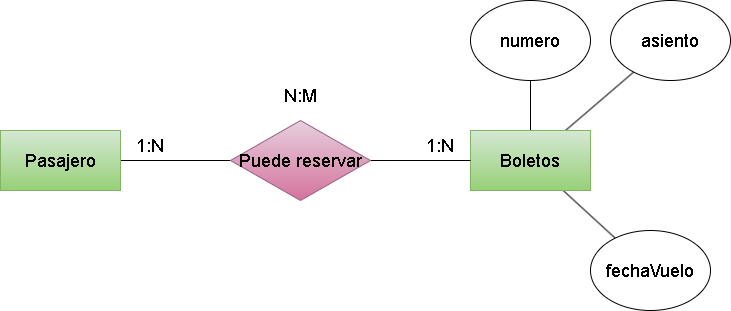
The draw.io diagram (Unidad-2) (Tarea-3)/img/Ejercicio11.drawio.png in Darkoscurito/Base-de-datos, before a commit. Source tidied: cells renumbered, new cells last; positions are measured from the earlier drawing's top-left corner, leaving out a move shared by most shapes.
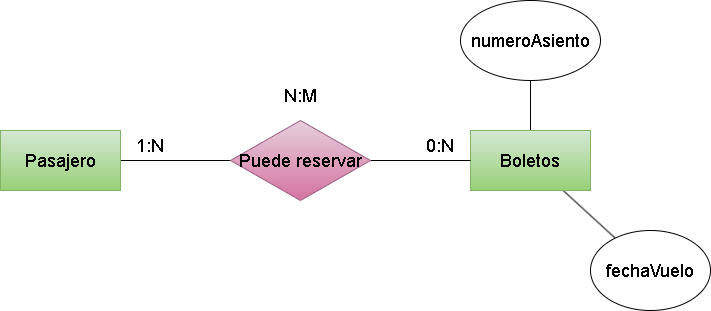
The same diagram one commit later.

The edit, as a diff of the source:
```diff
@@ -14,9 +14,6 @@
     <mxCell id="5" style="edgeStyle=none;html=1;entryX=0.5;entryY=1;entryDx=0;entryDy=0;fontSize=18;endArrow=none;endFill=0;" parent="1" edge="1" source="7" target="13">
       <mxGeometry relative="1" as="geometry" />
     </mxCell>
-    <mxCell id="6" style="edgeStyle=none;html=1;fontSize=18;endArrow=none;endFill=0;" parent="1" edge="1" source="7" target="14">
-      <mxGeometry relative="1" as="geometry" />
-    </mxCell>
     <mxCell id="7" value="&lt;span style=&quot;font-size: 18px;&quot;&gt;Boletos&lt;/span&gt;" style="rounded=0;whiteSpace=wrap;html=1;fillColor=#d5e8d4;gradientColor=#97d077;strokeColor=#82b366;" parent="1" vertex="1">
       <mxGeometry x="470" y="130" width="120" height="60" as="geometry" />
     </mxCell>
@@ -29,18 +26,15 @@
     <mxCell id="10" value="1:N" style="text;html=1;strokeColor=none;fillColor=none;align=center;verticalAlign=middle;whiteSpace=wrap;rounded=0;fontSize=18;" parent="1" vertex="1">
       <mxGeometry x="120" y="130" width="60" height="30" as="geometry" />
     </mxCell>
-    <mxCell id="11" value="1:N" style="text;html=1;strokeColor=none;fillColor=none;align=center;verticalAlign=middle;whiteSpace=wrap;rounded=0;fontSize=18;" parent="1" vertex="1">
+    <mxCell id="11" value="0:N" style="text;html=1;strokeColor=none;fillColor=none;align=center;verticalAlign=middle;whiteSpace=wrap;rounded=0;fontSize=18;" parent="1" vertex="1">
       <mxGeometry x="410" y="130" width="60" height="30" as="geometry" />
     </mxCell>
     <mxCell id="12" value="N:M" style="text;html=1;strokeColor=none;fillColor=none;align=center;verticalAlign=middle;whiteSpace=wrap;rounded=0;fontSize=18;" parent="1" vertex="1">
       <mxGeometry x="270" y="80" width="60" height="30" as="geometry" />
     </mxCell>
-    <mxCell id="13" value="&lt;font style=&quot;font-size: 18px;&quot;&gt;numero&lt;/font&gt;" style="ellipse;whiteSpace=wrap;html=1;" parent="1" vertex="1">
-      <mxGeometry x="470" width="120" height="80" as="geometry" />
+    <mxCell id="13" value="&lt;font style=&quot;font-size: 18px;&quot;&gt;numeroAsiento&lt;/font&gt;" style="ellipse;whiteSpace=wrap;html=1;" parent="1" vertex="1">
+      <mxGeometry x="460" width="140" height="80" as="geometry" />
     </mxCell>
-    <mxCell id="14" value="&lt;font style=&quot;font-size: 18px;&quot;&gt;asiento&lt;/font&gt;" style="ellipse;whiteSpace=wrap;html=1;" parent="1" vertex="1">
-      <mxGeometry x="610" width="120" height="80" as="geometry" />
-    </mxCell>
     <mxCell id="15" value="fechaVuelo" style="ellipse;whiteSpace=wrap;html=1;fontSize=18;" parent="1" vertex="1">
       <mxGeometry x="590" y="230" width="120" height="80" as="geometry" />
     </mxCell>
```
